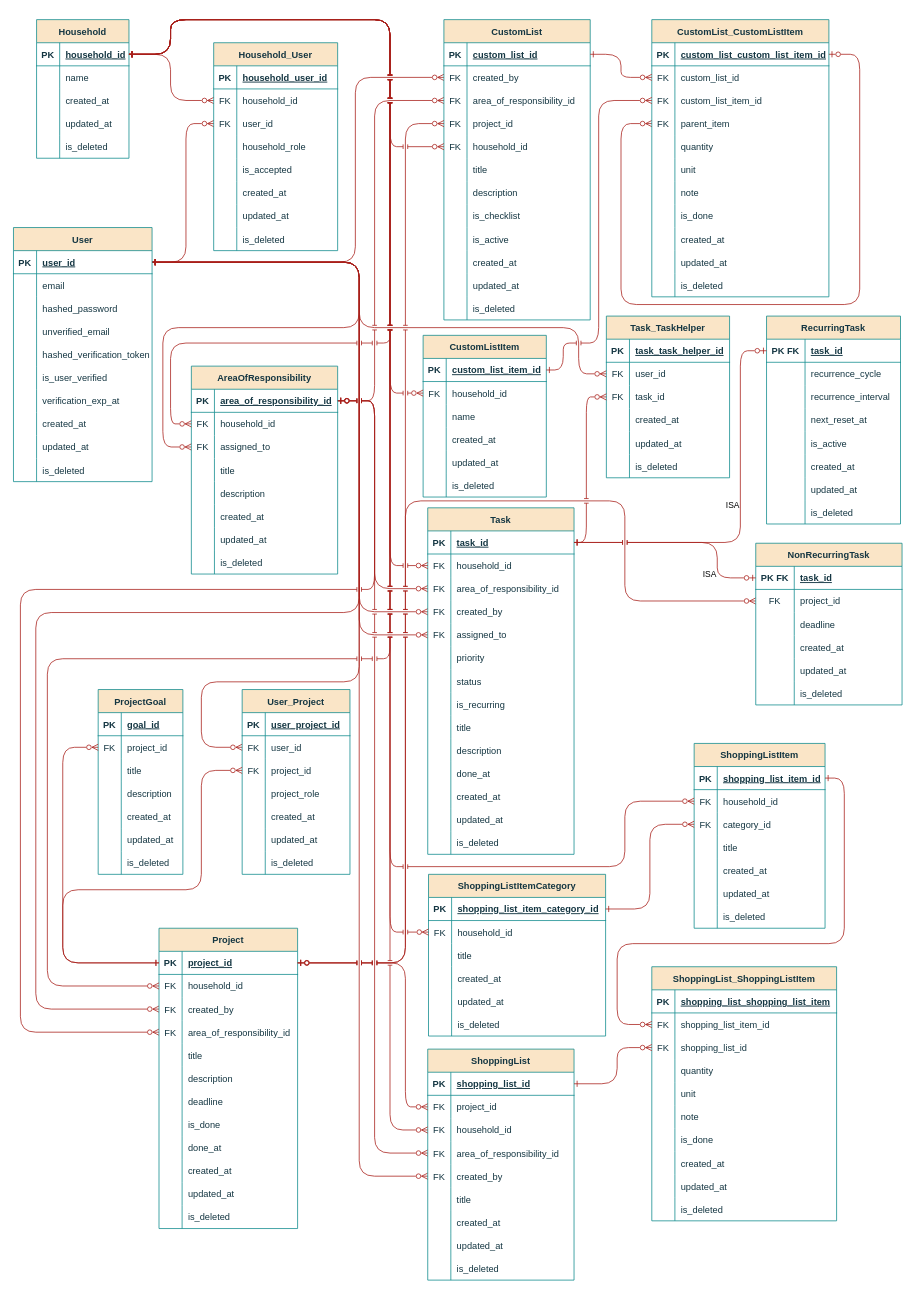
This is docs/diagrams/erd/TheMentalLoadHub_ERD.drawio from dominikoetiker/TheMentalLoadHub, a draw.io file, before an edit. Source tidied: cells renumbered, new cells numbered last; positions are measured from the earlier drawing's top-left corner, leaving out a move shared by most shapes. Both pictures are drawn from the tidied source at 77%, with x=0, y=0 at pixel (13, 19).
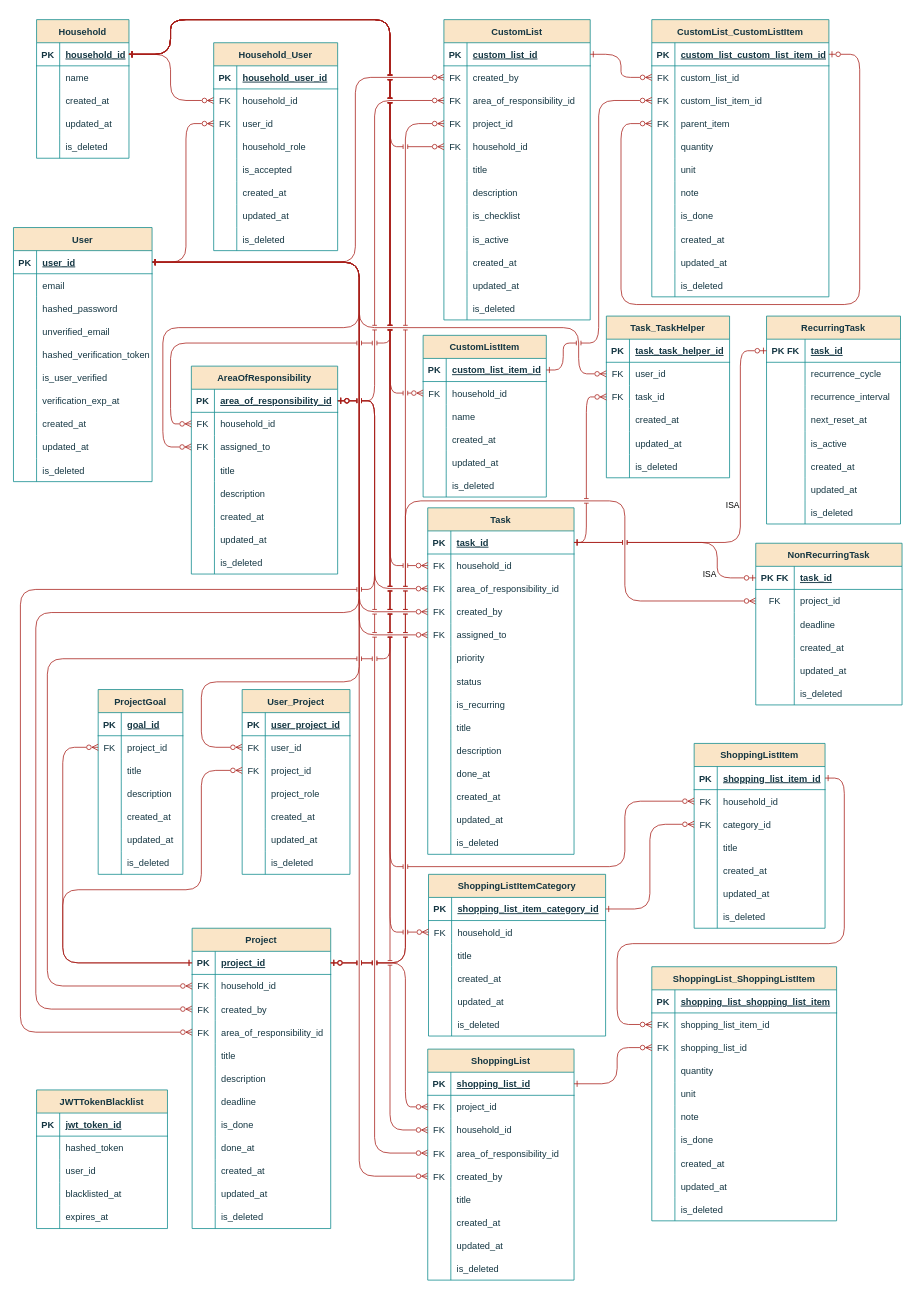
After the change.

Commit message (it also covers changes not shown here):
Update ERD drawio file to include a jwt-blacklist table

Diff of the diagram source:
```diff
@@
     <mxCell id="89" value="Project" style="shape=table;startSize=30;childLayout=tableLayout;rowLines=0;fontStyle=1;align=center;rounded=0;labelBackgroundColor=none;shadow=0;comic=0;enumerate=0;fillColor=#FAE5C7;strokeColor=#0F8B8D;fontColor=#143642;" parent="1" vertex="1">
-      <mxGeometry x="189" y="1180" width="180" height="390" as="geometry" />
+      <mxGeometry x="232" y="1180" width="180" height="390" as="geometry" />
     </mxCell>
@@
+    <mxCell id="512" value="JWTTokenBlacklist" style="shape=table;startSize=30;childLayout=tableLayout;rowLines=0;fontStyle=1;align=center;rounded=0;labelBackgroundColor=none;shadow=0;comic=0;enumerate=0;fillColor=#FAE5C7;strokeColor=#0F8B8D;fontColor=#143642;" parent="1" vertex="1">
+      <mxGeometry x="30" y="1390" width="170" height="180" as="geometry" />
+    </mxCell>
+    <mxCell id="513" style="shape=tableRow;horizontal=0;startSize=0;swimlaneHead=0;swimlaneBody=0;fillColor=none;top=0;left=0;right=0;bottom=1;rounded=0;labelBackgroundColor=none;shadow=0;comic=0;enumerate=0;strokeColor=#0F8B8D;fontColor=#143642;" parent="512" vertex="1">
+      <mxGeometry y="30" width="170" height="30" as="geometry" />
+    </mxCell>
+    <mxCell id="514" value="PK" style="shape=partialRectangle;overflow=hidden;fillColor=none;top=0;left=0;bottom=0;right=0;fontStyle=1;rounded=0;labelBackgroundColor=none;shadow=0;comic=0;enumerate=0;strokeColor=#0F8B8D;fontColor=#143642;" parent="513" vertex="1">
+      <mxGeometry width="30" height="30" as="geometry" />
+    </mxCell>
+    <mxCell id="515" value="jwt_token_id" style="shape=partialRectangle;overflow=hidden;fillColor=none;align=left;top=0;left=0;bottom=0;right=0;spacingLeft=6;fontStyle=5;rounded=0;labelBackgroundColor=none;shadow=0;comic=0;enumerate=0;strokeColor=#0F8B8D;fontColor=#143642;" parent="513" vertex="1">
+      <mxGeometry x="30" width="140" height="30" as="geometry" />
+    </mxCell>
+    <mxCell id="516" style="shape=tableRow;horizontal=0;startSize=0;swimlaneHead=0;swimlaneBody=0;fillColor=none;top=0;left=0;right=0;bottom=0;rounded=0;labelBackgroundColor=none;shadow=0;comic=0;enumerate=0;strokeColor=#0F8B8D;fontColor=#143642;" parent="512" vertex="1">
+      <mxGeometry y="60" width="170" height="30" as="geometry" />
+    </mxCell>
+    <mxCell id="517" style="shape=partialRectangle;overflow=hidden;fillColor=none;top=0;left=0;bottom=0;right=0;fontStyle=0;rounded=0;labelBackgroundColor=none;shadow=0;comic=0;enumerate=0;strokeColor=#0F8B8D;fontColor=#143642;" parent="516" vertex="1">
+      <mxGeometry width="30" height="30" as="geometry" />
+    </mxCell>
+    <mxCell id="518" value="hashed_token" style="shape=partialRectangle;overflow=hidden;fillColor=none;align=left;top=0;left=0;bottom=0;right=0;spacingLeft=6;fontStyle=0;rounded=0;labelBackgroundColor=none;shadow=0;comic=0;enumerate=0;strokeColor=#0F8B8D;fontColor=#143642;" parent="516" vertex="1">
+      <mxGeometry x="30" width="140" height="30" as="geometry" />
+    </mxCell>
+    <mxCell id="519" style="shape=tableRow;horizontal=0;startSize=0;swimlaneHead=0;swimlaneBody=0;fillColor=none;top=0;left=0;right=0;bottom=0;rounded=0;labelBackgroundColor=none;shadow=0;comic=0;enumerate=0;strokeColor=#0F8B8D;fontColor=#143642;" parent="512" vertex="1">
+      <mxGeometry y="90" width="170" height="30" as="geometry" />
+    </mxCell>
+    <mxCell id="520" style="shape=partialRectangle;overflow=hidden;fillColor=none;top=0;left=0;bottom=0;right=0;rounded=0;labelBackgroundColor=none;shadow=0;comic=0;enumerate=0;strokeColor=#0F8B8D;fontColor=#143642;" parent="519" vertex="1">
+      <mxGeometry width="30" height="30" as="geometry" />
+    </mxCell>
+    <mxCell id="521" value="user_id" style="shape=partialRectangle;overflow=hidden;fillColor=none;align=left;top=0;left=0;bottom=0;right=0;spacingLeft=6;rounded=0;labelBackgroundColor=none;shadow=0;comic=0;enumerate=0;strokeColor=#0F8B8D;fontColor=#143642;" parent="519" vertex="1">
+      <mxGeometry x="30" width="140" height="30" as="geometry" />
+    </mxCell>
+    <mxCell id="522" style="shape=tableRow;horizontal=0;startSize=0;swimlaneHead=0;swimlaneBody=0;fillColor=none;top=0;left=0;right=0;bottom=0;rounded=0;labelBackgroundColor=none;shadow=0;comic=0;enumerate=0;strokeColor=#0F8B8D;fontColor=#143642;" parent="512" vertex="1">
+      <mxGeometry y="120" width="170" height="30" as="geometry" />
+    </mxCell>
+    <mxCell id="523" style="shape=partialRectangle;overflow=hidden;fillColor=none;top=0;left=0;bottom=0;right=0;rounded=0;labelBackgroundColor=none;shadow=0;comic=0;enumerate=0;strokeColor=#0F8B8D;fontColor=#143642;" parent="522" vertex="1">
+      <mxGeometry width="30" height="30" as="geometry" />
+    </mxCell>
+    <mxCell id="524" value="blacklisted_at" style="shape=partialRectangle;overflow=hidden;fillColor=none;align=left;top=0;left=0;bottom=0;right=0;spacingLeft=6;rounded=0;labelBackgroundColor=none;shadow=0;comic=0;enumerate=0;strokeColor=#0F8B8D;fontColor=#143642;" parent="522" vertex="1">
+      <mxGeometry x="30" width="140" height="30" as="geometry" />
+    </mxCell>
+    <mxCell id="525" style="shape=tableRow;horizontal=0;startSize=0;swimlaneHead=0;swimlaneBody=0;fillColor=none;top=0;left=0;right=0;bottom=0;rounded=0;labelBackgroundColor=none;shadow=0;comic=0;enumerate=0;strokeColor=#0F8B8D;fontColor=#143642;" parent="512" vertex="1">
+      <mxGeometry y="150" width="170" height="30" as="geometry" />
+    </mxCell>
+    <mxCell id="526" style="shape=partialRectangle;overflow=hidden;fillColor=none;top=0;left=0;bottom=0;right=0;rounded=0;labelBackgroundColor=none;shadow=0;comic=0;enumerate=0;strokeColor=#0F8B8D;fontColor=#143642;" parent="525" vertex="1">
+      <mxGeometry width="30" height="30" as="geometry" />
+    </mxCell>
+    <mxCell id="527" value="expires_at" style="shape=partialRectangle;overflow=hidden;fillColor=none;align=left;top=0;left=0;bottom=0;right=0;spacingLeft=6;rounded=0;labelBackgroundColor=none;shadow=0;comic=0;enumerate=0;strokeColor=#0F8B8D;fontColor=#143642;" parent="525" vertex="1">
+      <mxGeometry x="30" width="140" height="30" as="geometry" />
+    </mxCell>
```
